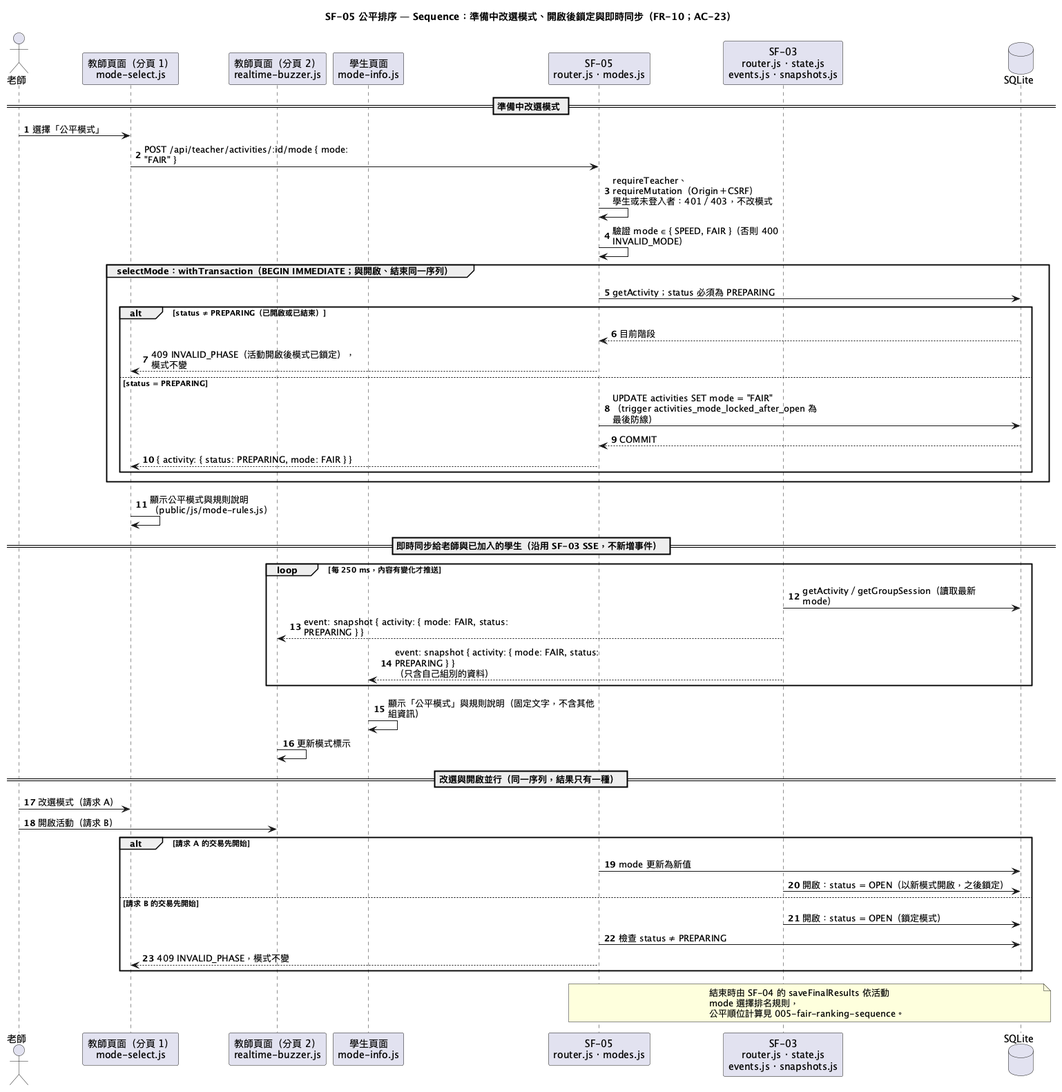
Before: diagrams/005-fair-ranking-sequence-mode.png, a diagram exported from PlantUML (tom1030507/classroom-buzzer-system-speckit).
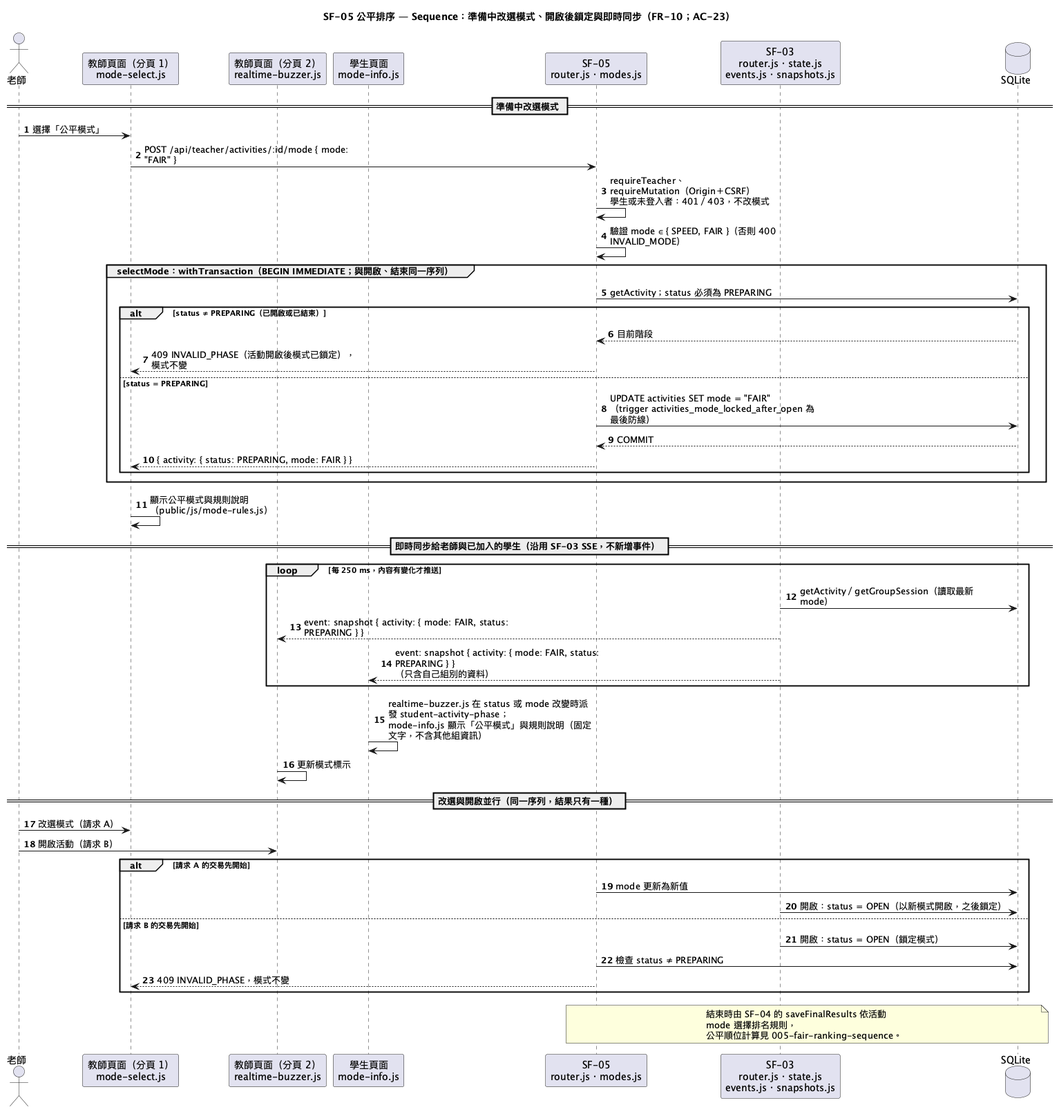
Later version of the same file.

Diff of the diagram source:
```diff
@@ -37,7 +37,7 @@
   Buzzer --> TeacherUI2 : event: snapshot { activity: { mode: FAIR, status: PREPARING } }
   Buzzer --> StudentUI : event: snapshot { activity: { mode: FAIR, status: PREPARING } }\n（只含自己組別的資料）
 end
-StudentUI -> StudentUI : 顯示「公平模式」與規則說明（固定文字，不含其他組資訊）
+StudentUI -> StudentUI : realtime-buzzer.js 在 status 或 mode 改變時派發 student-activity-phase；\nmode-info.js 顯示「公平模式」與規則說明（固定文字，不含其他組資訊）
 TeacherUI2 -> TeacherUI2 : 更新模式標示
 
 == 改選與開啟並行（同一序列，結果只有一種） ==
```
